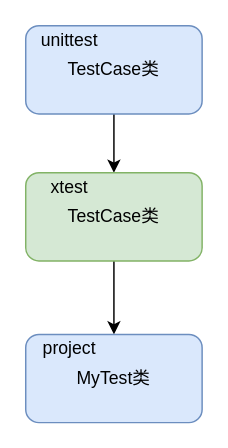
Before: new_book/drawio/unittest.dio in defnngj/test-circle, a draw.io diagram. Source tidied: cells renumbered, new cells numbered last; positions are measured from the earlier drawing's top-left corner, leaving out a move shared by most shapes. Both pictures are drawn from the tidied source at 147%, with x=0, y=0 at pixel (25, 25).
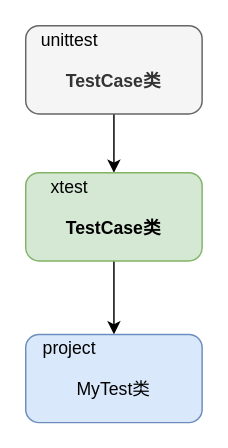
After the change.

Diff of the diagram source:
```diff
@@
 <mxGraphModel>
   <root>
     <mxCell id="0" />
     <mxCell id="1" parent="0" />
     <mxCell id="2" style="edgeStyle=none;html=1;exitX=0.5;exitY=1;exitDx=0;exitDy=0;entryX=0.5;entryY=0;entryDx=0;entryDy=0;" parent="1" edge="1" source="3" target="5">
       <mxGeometry relative="1" as="geometry" />
     </mxCell>
-    <mxCell id="3" value="TestCase类" style="rounded=1;whiteSpace=wrap;html=1;fillColor=#dae8fc;strokeColor=#6c8ebf;" parent="1" vertex="1">
+    <mxCell id="3" value="&lt;b&gt;&lt;br&gt;TestCase类&lt;/b&gt;" style="rounded=1;whiteSpace=wrap;html=1;fillColor=#f5f5f5;strokeColor=#666666;fontColor=#333333;" parent="1" vertex="1">
       <mxGeometry width="120" height="60" as="geometry" />
     </mxCell>
     <mxCell id="4" style="edgeStyle=none;html=1;entryX=0.5;entryY=0;entryDx=0;entryDy=0;" parent="1" edge="1" source="5" target="6">
       <mxGeometry relative="1" as="geometry" />
     </mxCell>
-    <mxCell id="5" value="TestCase类" style="rounded=1;whiteSpace=wrap;html=1;fillColor=#d5e8d4;strokeColor=#82b366;" parent="1" vertex="1">
+    <mxCell id="5" value="&lt;b&gt;&lt;br&gt;TestCase类&lt;/b&gt;" style="rounded=1;whiteSpace=wrap;html=1;fillColor=#d5e8d4;strokeColor=#82b366;" parent="1" vertex="1">
       <mxGeometry y="100" width="120" height="60" as="geometry" />
     </mxCell>
-    <mxCell id="6" value="MyTest类" style="rounded=1;whiteSpace=wrap;html=1;fillColor=#dae8fc;strokeColor=#6c8ebf;" parent="1" vertex="1">
+    <mxCell id="6" value="&lt;br&gt;MyTest类" style="rounded=1;whiteSpace=wrap;html=1;fillColor=#dae8fc;strokeColor=#6c8ebf;" parent="1" vertex="1">
       <mxGeometry y="210" width="120" height="60" as="geometry" />
     </mxCell>
     <mxCell id="7" value="xtest" style="text;html=1;strokeColor=none;fillColor=none;align=center;verticalAlign=middle;whiteSpace=wrap;rounded=0;" parent="1" vertex="1">
       <mxGeometry x="10" y="100" width="40" height="20" as="geometry" />
     </mxCell>
     <mxCell id="8" value="unittest" style="text;html=1;strokeColor=none;fillColor=none;align=center;verticalAlign=middle;whiteSpace=wrap;rounded=0;" parent="1" vertex="1">
       <mxGeometry x="10" width="40" height="20" as="geometry" />
     </mxCell>
     <mxCell id="9" value="project" style="text;html=1;strokeColor=none;fillColor=none;align=center;verticalAlign=middle;whiteSpace=wrap;rounded=0;" parent="1" vertex="1">
       <mxGeometry x="10" y="210" width="40" height="20" as="geometry" />
     </mxCell>
   </root>
 </mxGraphModel>
```
